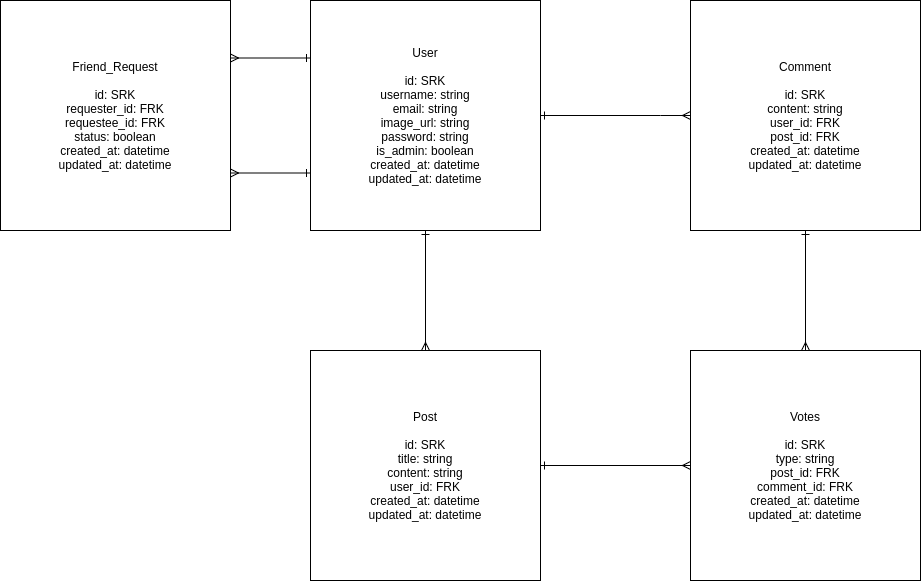
jason-moritz/hubbub keeps this draw.io diagram as readme_assets/erd/erd.png. Above is the earlier version. Source tidied: cells renumbered, new cells last; positions are measured from the earlier drawing's top-left corner, leaving out a move shared by most shapes. The source it was exported from:
```xml
<mxGraphModel>
  <root>
    <mxCell id="0" />
    <mxCell id="1" parent="0" />
    <mxCell id="2" style="edgeStyle=orthogonalEdgeStyle;rounded=0;jettySize=auto;html=1;endArrow=ERmany;endFill=0;startArrow=ERone;startFill=0;entryX=0.5;entryY=0;entryDx=0;entryDy=0;" parent="1" edge="1" source="4" target="6">
      <mxGeometry relative="1" as="geometry" />
    </mxCell>
    <mxCell id="3" style="edgeStyle=orthogonalEdgeStyle;rounded=0;jettySize=auto;html=1;startArrow=ERone;startFill=0;endArrow=ERmany;endFill=0;strokeColor=default;labelBackgroundColor=default;fontColor=default;entryX=0;entryY=0.5;entryDx=0;entryDy=0;" parent="1" edge="1" source="4" target="7">
      <mxGeometry relative="1" as="geometry">
        <Array as="points">
          <mxPoint x="660" y="115" />
          <mxPoint x="660" y="115" />
        </Array>
      </mxGeometry>
    </mxCell>
    <mxCell id="4" value="User&lt;br&gt;&lt;br&gt;id: SRK&lt;br&gt;username: string&lt;br&gt;email: string&lt;br&gt;image_url: string&lt;br&gt;password: string&lt;br&gt;is_admin: boolean&lt;br&gt;created_at: datetime&lt;br&gt;updated_at: datetime" style="whiteSpace=wrap;html=1;" parent="1" vertex="1">
      <mxGeometry x="310" width="230" height="230" as="geometry" />
    </mxCell>
    <mxCell id="5" style="edgeStyle=orthogonalEdgeStyle;rounded=0;jettySize=auto;html=1;startArrow=ERone;startFill=0;endArrow=ERmany;endFill=0;strokeColor=default;labelBackgroundColor=default;fontColor=default;entryX=0;entryY=0.5;entryDx=0;entryDy=0;" parent="1" edge="1" source="6" target="12">
      <mxGeometry relative="1" as="geometry" />
    </mxCell>
    <mxCell id="6" value="Post&lt;br&gt;&lt;br&gt;id: SRK&lt;br&gt;title: string&lt;br&gt;content: string&lt;br&gt;user_id: FRK&lt;br&gt;created_at: datetime&lt;br&gt;updated_at: datetime" style="whiteSpace=wrap;html=1;" parent="1" vertex="1">
      <mxGeometry x="310" y="350" width="230" height="230" as="geometry" />
    </mxCell>
    <mxCell id="7" value="Comment&lt;br&gt;&lt;br&gt;id: SRK&lt;br&gt;content: string&lt;br&gt;user_id: FRK&lt;br&gt;post_id: FRK&lt;br&gt;created_at: datetime&lt;br&gt;updated_at: datetime" style="whiteSpace=wrap;html=1;fillColor=default;strokeColor=default;fontColor=default;" parent="1" vertex="1">
      <mxGeometry x="690" width="230" height="230" as="geometry" />
    </mxCell>
    <mxCell id="8" value="Friend_Request&lt;br&gt;&lt;br&gt;id: SRK&lt;br&gt;requester_id: FRK&lt;br&gt;requestee_id: FRK&lt;br&gt;status: boolean&lt;br&gt;created_at: datetime&lt;br&gt;updated_at: datetime" style="whiteSpace=wrap;html=1;" parent="1" vertex="1">
      <mxGeometry width="230" height="230" as="geometry" />
    </mxCell>
    <mxCell id="9" style="endArrow=ERone;startArrow=ERmany;html=1;rounded=0;exitX=1;exitY=0.75;exitDx=0;exitDy=0;entryX=0;entryY=0.75;entryDx=0;entryDy=0;endFill=0;startFill=0;" parent="1" edge="1" source="8" target="4">
      <mxGeometry relative="1" as="geometry" />
    </mxCell>
    <mxCell id="10" style="endArrow=ERmany;startArrow=ERone;html=1;rounded=0;exitX=0;exitY=0.25;exitDx=0;exitDy=0;entryX=1;entryY=0.25;entryDx=0;entryDy=0;endFill=0;startFill=0;strokeColor=default;labelBackgroundColor=default;fontColor=default;" parent="1" edge="1" source="4" target="8">
      <mxGeometry relative="1" as="geometry" />
    </mxCell>
    <mxCell id="11" style="edgeStyle=orthogonalEdgeStyle;rounded=0;jettySize=auto;html=1;entryX=0.5;entryY=1;entryDx=0;entryDy=0;labelBackgroundColor=default;fontColor=default;startArrow=ERmany;startFill=0;endArrow=ERone;endFill=0;strokeColor=default;" parent="1" edge="1" source="12" target="7">
      <mxGeometry relative="1" as="geometry" />
    </mxCell>
    <mxCell id="12" value="Votes&lt;br&gt;&lt;br&gt;id: SRK&lt;br&gt;type: string&lt;br&gt;post_id: FRK&lt;br&gt;comment_id: FRK&lt;br&gt;created_at: datetime&lt;br&gt;updated_at: datetime" style="whiteSpace=wrap;html=1;fillColor=default;strokeColor=default;fontColor=default;" parent="1" vertex="1">
      <mxGeometry x="690" y="350" width="230" height="230" as="geometry" />
    </mxCell>
  </root>
</mxGraphModel>
```
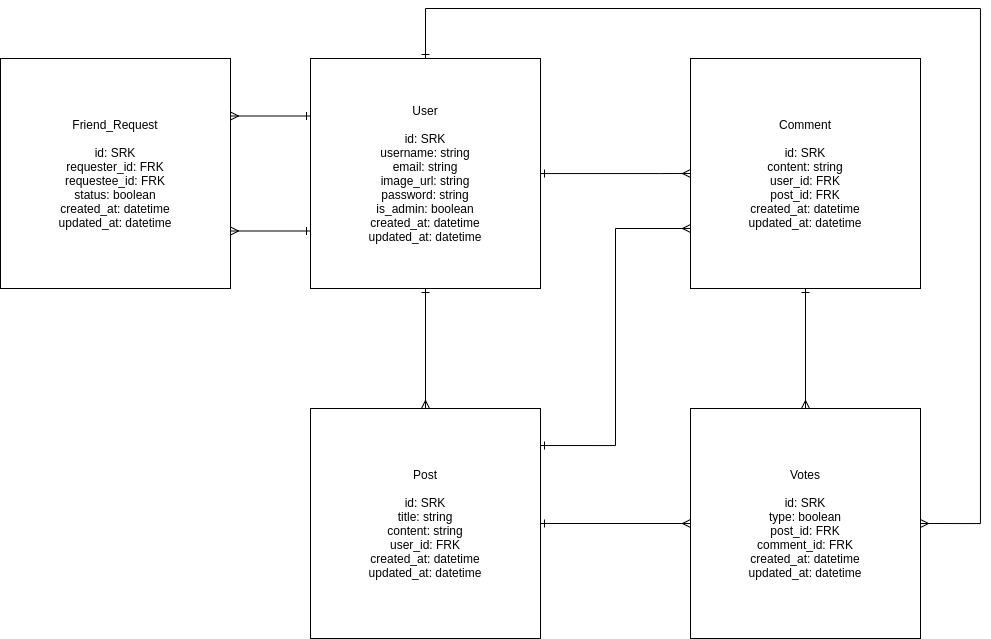
The same file after the commit.

What changed in the source:
```diff
@@ -13,7 +13,16 @@
         </Array>
       </mxGeometry>
     </mxCell>
+    <mxCell id="13" style="edgeStyle=orthogonalEdgeStyle;rounded=0;jettySize=auto;html=1;labelBackgroundColor=default;fontColor=default;startArrow=ERone;startFill=0;endArrow=ERmany;endFill=0;strokeColor=default;entryX=1;entryY=0.5;entryDx=0;entryDy=0;" parent="1" edge="1" source="4" target="12">
+      <mxGeometry relative="1" as="geometry">
+        <Array as="points">
+          <mxPoint x="425" y="-50" />
+          <mxPoint x="980" y="-50" />
+          <mxPoint x="980" y="465" />
+        </Array>
+      </mxGeometry>
+    </mxCell>
-    <mxCell id="4" value="User&lt;br&gt;&lt;br&gt;id: SRK&lt;br&gt;username: string&lt;br&gt;email: string&lt;br&gt;image_url: string&lt;br&gt;password: string&lt;br&gt;is_admin: boolean&lt;br&gt;created_at: datetime&lt;br&gt;updated_at: datetime" style="whiteSpace=wrap;html=1;" parent="1" vertex="1">
+    <mxCell id="4" value="User&lt;br&gt;&lt;br&gt;id: SRK&lt;br&gt;username: string&lt;br&gt;email: string&lt;br&gt;image_url: string&lt;br&gt;password: string&lt;br&gt;is_admin: boolean&lt;br&gt;created_at: datetime&lt;br&gt;updated_at: datetime" style="whiteSpace=wrap;html=1;fillColor=default;strokeColor=default;fontColor=default;" parent="1" vertex="1">
       <mxGeometry x="310" width="230" height="230" as="geometry" />
     </mxCell>
     <mxCell id="5" style="edgeStyle=orthogonalEdgeStyle;rounded=0;jettySize=auto;html=1;startArrow=ERone;startFill=0;endArrow=ERmany;endFill=0;strokeColor=default;labelBackgroundColor=default;fontColor=default;entryX=0;entryY=0.5;entryDx=0;entryDy=0;" parent="1" edge="1" source="6" target="12">
@@ -22,6 +31,14 @@
     <mxCell id="6" value="Post&lt;br&gt;&lt;br&gt;id: SRK&lt;br&gt;title: string&lt;br&gt;content: string&lt;br&gt;user_id: FRK&lt;br&gt;created_at: datetime&lt;br&gt;updated_at: datetime" style="whiteSpace=wrap;html=1;" parent="1" vertex="1">
       <mxGeometry x="310" y="350" width="230" height="230" as="geometry" />
     </mxCell>
+    <mxCell id="14" style="edgeStyle=orthogonalEdgeStyle;rounded=0;jettySize=auto;html=1;entryX=1;entryY=0.161;entryDx=0;entryDy=0;entryPerimeter=0;labelBackgroundColor=default;fontColor=default;startArrow=ERmany;startFill=0;endArrow=ERone;endFill=0;strokeColor=default;" parent="1" edge="1" source="7" target="6">
+      <mxGeometry relative="1" as="geometry">
+        <Array as="points">
+          <mxPoint x="615" y="170" />
+          <mxPoint x="615" y="387" />
+        </Array>
+      </mxGeometry>
+    </mxCell>
     <mxCell id="7" value="Comment&lt;br&gt;&lt;br&gt;id: SRK&lt;br&gt;content: string&lt;br&gt;user_id: FRK&lt;br&gt;post_id: FRK&lt;br&gt;created_at: datetime&lt;br&gt;updated_at: datetime" style="whiteSpace=wrap;html=1;fillColor=default;strokeColor=default;fontColor=default;" parent="1" vertex="1">
       <mxGeometry x="690" width="230" height="230" as="geometry" />
     </mxCell>
@@ -37,7 +54,7 @@
     <mxCell id="11" style="edgeStyle=orthogonalEdgeStyle;rounded=0;jettySize=auto;html=1;entryX=0.5;entryY=1;entryDx=0;entryDy=0;labelBackgroundColor=default;fontColor=default;startArrow=ERmany;startFill=0;endArrow=ERone;endFill=0;strokeColor=default;" parent="1" edge="1" source="12" target="7">
       <mxGeometry relative="1" as="geometry" />
     </mxCell>
-    <mxCell id="12" value="Votes&lt;br&gt;&lt;br&gt;id: SRK&lt;br&gt;type: string&lt;br&gt;post_id: FRK&lt;br&gt;comment_id: FRK&lt;br&gt;created_at: datetime&lt;br&gt;updated_at: datetime" style="whiteSpace=wrap;html=1;fillColor=default;strokeColor=default;fontColor=default;" parent="1" vertex="1">
+    <mxCell id="12" value="Votes&lt;br&gt;&lt;br&gt;id: SRK&lt;br&gt;type: boolean&lt;br&gt;post_id: FRK&lt;br&gt;comment_id: FRK&lt;br&gt;created_at: datetime&lt;br&gt;updated_at: datetime" style="whiteSpace=wrap;html=1;fillColor=default;strokeColor=default;fontColor=default;" parent="1" vertex="1">
       <mxGeometry x="690" y="350" width="230" height="230" as="geometry" />
     </mxCell>
   </root>
```
